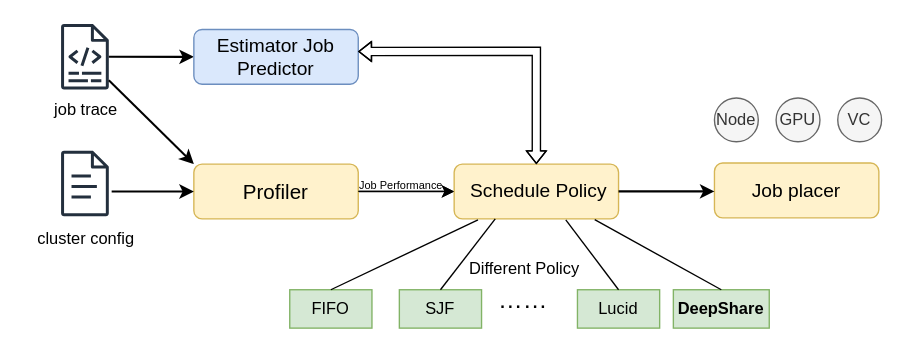
Jinghao-coding/paperstudy keeps this draw.io diagram as cluster2025/figs/cluster24-deepshare-4.1.drawio. Above is the earlier version. Source tidied: cells renumbered, new cells numbered last; positions are measured from the earlier drawing's top-left corner, leaving out a move shared by most shapes. Both pictures are drawn from the tidied source at 137%, with x=0, y=0 at pixel (23, 23).
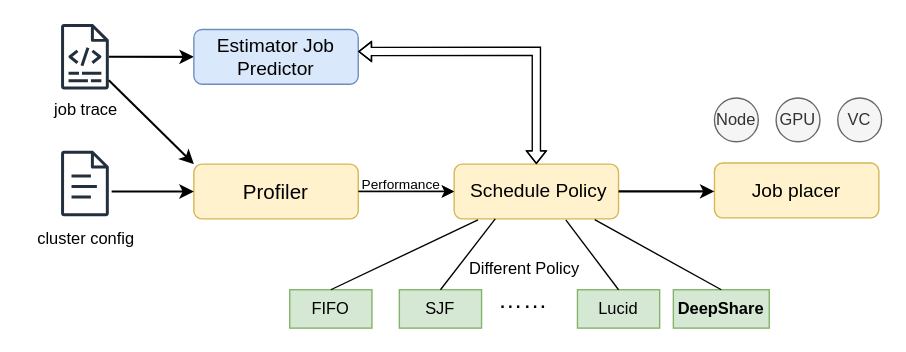
The same page after the edit.

The edit, as a diff of the source:
```diff
@@
-    <mxCell id="17" value="&lt;font style=&quot;font-size: 8px;&quot;&gt;Job Performance&lt;/font&gt;" style="text;html=1;align=center;verticalAlign=middle;fontFamily=Helvetica;fontSize=12;strokeWidth=1.5;fontStyle=0;" parent="1" vertex="1">
+    <mxCell id="17" value="&lt;font style=&quot;font-size: 10px;&quot;&gt;Performance&lt;/font&gt;" style="text;html=1;align=center;verticalAlign=middle;fontFamily=Helvetica;fontSize=12;strokeWidth=1.5;fontStyle=0;" parent="1" vertex="1">
       <mxGeometry x="235" y="101.5" width="80" height="30" as="geometry" />
     </mxCell>
```
